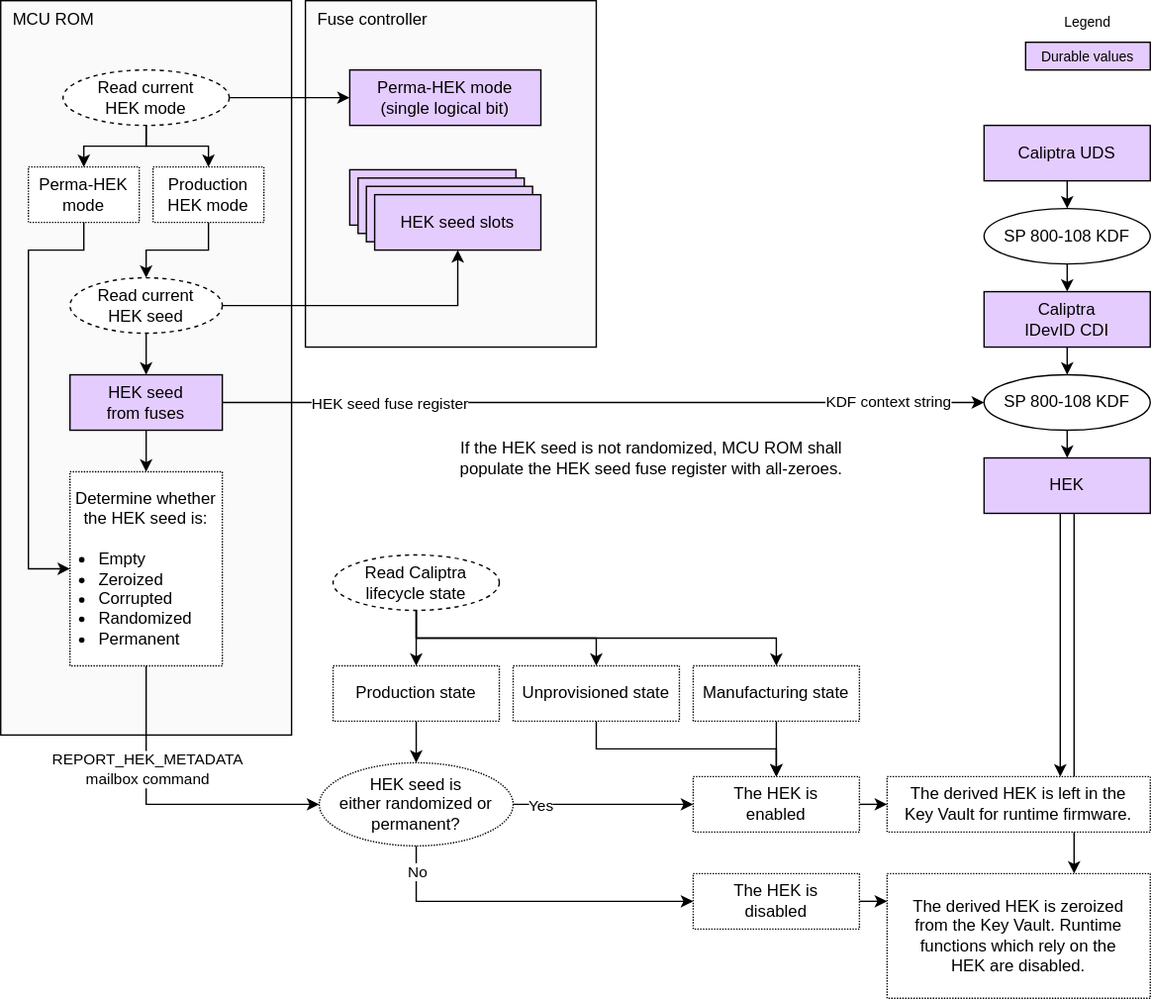
Above: doc/ocp_lock/diagrams/hek_derivation.drawio.svg in chipsalliance/Caliptra (draw.io), before the change. Source tidied: cells renumbered, new cells last; positions are measured from the earlier drawing's top-left corner, leaving out a move shared by most shapes.
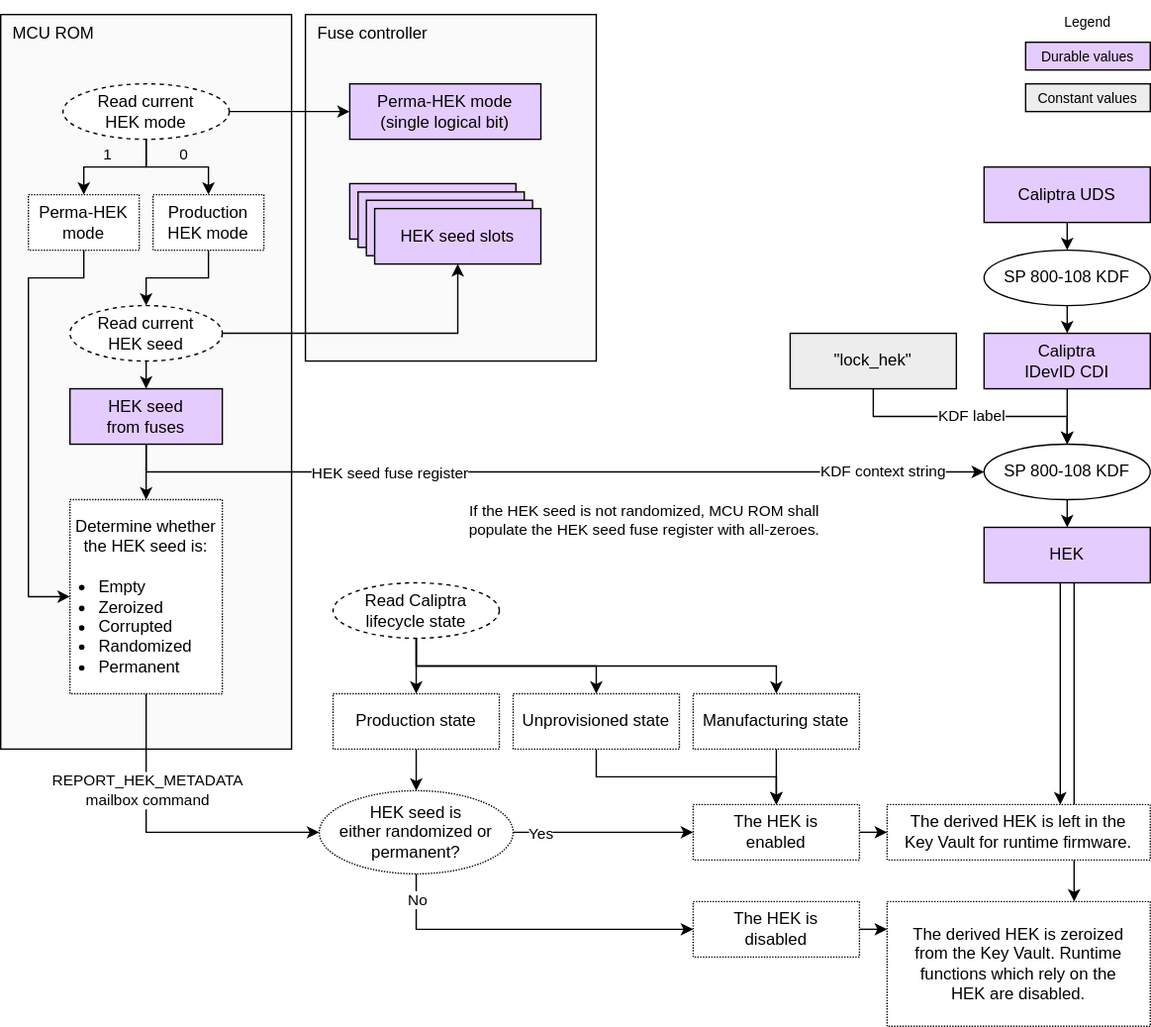
After the commit.

What changed in the source:
```diff
@@ -4,39 +4,39 @@
     <mxCell id="1" parent="0" />
     <mxCell id="2" style="edgeStyle=none;html=1;exitX=0.25;exitY=1;exitDx=0;exitDy=0;" parent="1" edge="1">
       <mxGeometry relative="1" as="geometry">
-        <mxPoint x="775" y="370" as="sourcePoint" />
-        <mxPoint x="775" y="630" as="targetPoint" />
+        <mxPoint x="775" y="410" as="sourcePoint" />
+        <mxPoint x="775" y="640" as="targetPoint" />
       </mxGeometry>
     </mxCell>
     <mxCell id="3" value="&lt;div&gt;&lt;font color=&quot;#000000&quot;&gt;Durable values&lt;/font&gt;&lt;/div&gt;" style="rounded=0;whiteSpace=wrap;html=1;align=center;verticalAlign=middle;shadow=0;glass=0;spacingLeft=0;spacingBottom=0;spacingTop=0;fillColor=#E5CCFF;fontSize=10;" parent="1" vertex="1">
-      <mxGeometry x="740" y="30" width="90" height="20" as="geometry" />
+      <mxGeometry x="740" y="20" width="90" height="20" as="geometry" />
     </mxCell>
     <mxCell id="4" value="Legend" style="text;strokeColor=none;align=center;fillColor=none;html=1;verticalAlign=middle;whiteSpace=wrap;rounded=0;fontSize=10;" parent="1" vertex="1">
-      <mxGeometry x="755" width="60" height="30" as="geometry" />
+      <mxGeometry x="755" y="-10" width="60" height="30" as="geometry" />
     </mxCell>
     <mxCell id="5" style="edgeStyle=none;html=1;exitX=0.5;exitY=1;exitDx=0;exitDy=0;entryX=0.5;entryY=0;entryDx=0;entryDy=0;" parent="1" edge="1" source="6" target="8">
       <mxGeometry relative="1" as="geometry" />
     </mxCell>
     <mxCell id="6" value="Caliptra&lt;div&gt;IDevID CDI&lt;/div&gt;" style="rounded=0;whiteSpace=wrap;html=1;align=center;verticalAlign=middle;shadow=0;glass=0;spacingLeft=0;spacingBottom=0;spacingTop=0;fillColor=#E5CCFF;" parent="1" vertex="1">
-      <mxGeometry x="710" y="210" width="120" height="40" as="geometry" />
+      <mxGeometry x="710" y="230" width="120" height="40" as="geometry" />
     </mxCell>
     <mxCell id="7" style="edgeStyle=none;html=1;exitX=0.5;exitY=1;exitDx=0;exitDy=0;entryX=0.5;entryY=0;entryDx=0;entryDy=0;" parent="1" edge="1" source="8" target="36">
       <mxGeometry relative="1" as="geometry" />
     </mxCell>
     <mxCell id="8" value="SP 800-108 KDF" style="ellipse;whiteSpace=wrap;html=1;fillColor=#FFFFFF;" parent="1" vertex="1">
-      <mxGeometry x="710" y="270" width="120" height="40" as="geometry" />
+      <mxGeometry x="710" y="310" width="120" height="40" as="geometry" />
     </mxCell>
     <mxCell id="9" style="edgeStyle=none;html=1;exitX=0.5;exitY=1;exitDx=0;exitDy=0;entryX=0.5;entryY=0;entryDx=0;entryDy=0;" parent="1" edge="1" source="10" target="12">
       <mxGeometry relative="1" as="geometry" />
     </mxCell>
     <mxCell id="10" value="Caliptra&amp;nbsp;&lt;span style=&quot;background-color: transparent;&quot;&gt;UDS&lt;/span&gt;" style="rounded=0;whiteSpace=wrap;html=1;align=center;verticalAlign=middle;shadow=0;glass=0;spacingLeft=0;spacingBottom=0;spacingTop=0;fillColor=#E5CCFF;" parent="1" vertex="1">
-      <mxGeometry x="710" y="90" width="120" height="40" as="geometry" />
+      <mxGeometry x="710" y="110" width="120" height="40" as="geometry" />
     </mxCell>
     <mxCell id="11" style="edgeStyle=none;html=1;exitX=0.5;exitY=1;exitDx=0;exitDy=0;entryX=0.5;entryY=0;entryDx=0;entryDy=0;" parent="1" edge="1" source="12" target="6">
       <mxGeometry relative="1" as="geometry" />
     </mxCell>
     <mxCell id="12" value="SP 800-108 KDF" style="ellipse;whiteSpace=wrap;html=1;fillColor=#FFFFFF;" parent="1" vertex="1">
-      <mxGeometry x="710" y="150" width="120" height="40" as="geometry" />
+      <mxGeometry x="710" y="170" width="120" height="40" as="geometry" />
     </mxCell>
     <mxCell id="13" value="MCU ROM" style="rounded=0;whiteSpace=wrap;html=1;fillColor=#FAFAFA;strokeColor=#000000;align=left;verticalAlign=top;spacingLeft=7;" parent="1" vertex="1">
       <mxGeometry width="210" height="530" as="geometry" />
@@ -63,7 +63,7 @@
       <mxGeometry relative="1" as="geometry" />
     </mxCell>
     <mxCell id="21" value="Read&amp;nbsp;&lt;span style=&quot;background-color: transparent;&quot;&gt;current&lt;/span&gt;&lt;div&gt;&lt;span style=&quot;background-color: transparent;&quot;&gt;HEK seed&lt;/span&gt;&lt;/div&gt;" style="ellipse;whiteSpace=wrap;html=1;fillColor=#FFFFFF;dashed=1;" parent="1" vertex="1">
-      <mxGeometry x="50" y="200" width="110" height="40" as="geometry" />
+      <mxGeometry x="50" y="210" width="110" height="40" as="geometry" />
     </mxCell>
     <mxCell id="22" value="&lt;div&gt;Perma-HEK mode&lt;/div&gt;&lt;div&gt;(single logical bit)&lt;/div&gt;" style="rounded=0;whiteSpace=wrap;html=1;align=center;verticalAlign=middle;shadow=0;glass=0;spacingLeft=0;spacingBottom=0;spacingTop=0;fillColor=#E5CCFF;" parent="1" vertex="1">
       <mxGeometry x="252" y="50" width="138" height="40" as="geometry" />
@@ -81,18 +81,18 @@
       <mxGeometry x="45" y="50" width="120" height="40" as="geometry" />
     </mxCell>
     <mxCell id="27" value="&lt;div&gt;Perma-HEK mode&lt;/div&gt;" style="rounded=0;whiteSpace=wrap;html=1;align=center;verticalAlign=middle;shadow=0;glass=0;spacingLeft=0;spacingBottom=0;spacingTop=0;fillColor=#FFFFFF;dashed=1;dashPattern=1 1;" parent="1" vertex="1">
-      <mxGeometry x="20" y="120" width="80" height="40" as="geometry" />
+      <mxGeometry x="20" y="130" width="80" height="40" as="geometry" />
     </mxCell>
     <mxCell id="28" style="edgeStyle=orthogonalEdgeStyle;html=1;exitX=0.5;exitY=1;exitDx=0;exitDy=0;entryX=0.5;entryY=0;entryDx=0;entryDy=0;rounded=0;" parent="1" edge="1" source="29" target="21">
       <mxGeometry relative="1" as="geometry">
         <Array as="points">
-          <mxPoint x="150" y="180" />
-          <mxPoint x="105" y="180" />
+          <mxPoint x="150" y="190" />
+          <mxPoint x="105" y="190" />
         </Array>
       </mxGeometry>
     </mxCell>
     <mxCell id="29" value="&lt;div&gt;Production HEK mode&lt;/div&gt;" style="rounded=0;whiteSpace=wrap;html=1;align=center;verticalAlign=middle;shadow=0;glass=0;spacingLeft=0;spacingBottom=0;spacingTop=0;fillColor=#FFFFFF;dashed=1;dashPattern=1 1;" parent="1" vertex="1">
-      <mxGeometry x="110" y="120" width="80" height="40" as="geometry" />
+      <mxGeometry x="110" y="130" width="80" height="40" as="geometry" />
     </mxCell>
     <mxCell id="30" style="edgeStyle=none;html=1;exitX=0.5;exitY=1;exitDx=0;exitDy=0;entryX=0.5;entryY=0;entryDx=0;entryDy=0;" parent="1" edge="1" source="31" target="34">
       <mxGeometry relative="1" as="geometry" />
@@ -105,27 +105,27 @@
     </mxCell>
     <mxCell id="33" value="REPORT_HEK_METADATA&lt;div&gt;mailbox command&lt;/div&gt;" style="edgeLabel;html=1;align=center;verticalAlign=middle;labelBackgroundColor=default;" parent="32" vertex="1">
       <mxGeometry x="-0.16" y="1" relative="1" as="geometry">
-        <mxPoint x="-1" y="-20" as="offset" />
+        <mxPoint x="-1" y="-25" as="offset" />
       </mxGeometry>
     </mxCell>
     <mxCell id="34" value="&lt;div&gt;Determine whether the HEK seed is:&lt;/div&gt;&lt;div&gt;&lt;br&gt;&lt;/div&gt;&lt;div&gt;&lt;ul style=&quot;padding-left: 20px; margin-top: 0px; margin-bottom: 0px;&quot;&gt;&lt;li style=&quot;text-align: left;&quot;&gt;Empty&lt;/li&gt;&lt;li style=&quot;text-align: left;&quot;&gt;Zeroized&lt;/li&gt;&lt;li style=&quot;text-align: left;&quot;&gt;Corrupted&lt;/li&gt;&lt;li style=&quot;text-align: left;&quot;&gt;Randomized&lt;/li&gt;&lt;li style=&quot;text-align: left;&quot;&gt;Permanent&lt;/li&gt;&lt;/ul&gt;&lt;/div&gt;" style="rounded=0;whiteSpace=wrap;html=1;align=center;verticalAlign=middle;shadow=0;glass=0;spacingLeft=0;spacingBottom=0;spacingTop=0;fillColor=#FFFFFF;dashed=1;dashPattern=1 1;" parent="1" vertex="1">
-      <mxGeometry x="50" y="340" width="110" height="140" as="geometry" />
+      <mxGeometry x="50" y="350" width="110" height="140" as="geometry" />
     </mxCell>
     <mxCell id="35" style="edgeStyle=none;html=1;exitX=0.25;exitY=1;exitDx=0;exitDy=0;" parent="1" edge="1">
       <mxGeometry relative="1" as="geometry">
-        <mxPoint x="765" y="370" as="sourcePoint" />
-        <mxPoint x="765" y="560" as="targetPoint" />
+        <mxPoint x="765" y="410" as="sourcePoint" />
+        <mxPoint x="765" y="570" as="targetPoint" />
       </mxGeometry>
     </mxCell>
     <mxCell id="36" value="&lt;div&gt;&lt;span style=&quot;background-color: transparent;&quot;&gt;HEK&lt;/span&gt;&lt;/div&gt;" style="rounded=0;whiteSpace=wrap;html=1;align=center;verticalAlign=middle;shadow=0;glass=0;spacingLeft=0;spacingBottom=0;spacingTop=0;fillColor=#E5CCFF;" parent="1" vertex="1">
-      <mxGeometry x="710" y="330" width="120" height="40" as="geometry" />
+      <mxGeometry x="710" y="370" width="120" height="40" as="geometry" />
     </mxCell>
     <mxCell id="37" style="edgeStyle=orthogonalEdgeStyle;html=1;exitX=0.5;exitY=1;exitDx=0;exitDy=0;entryX=0;entryY=0.5;entryDx=0;entryDy=0;rounded=0;jumpStyle=gap;" parent="1" edge="1" source="27" target="34">
       <mxGeometry relative="1" as="geometry">
         <Array as="points">
-          <mxPoint x="60" y="180" />
-          <mxPoint x="20" y="180" />
-          <mxPoint x="20" y="410" />
+          <mxPoint x="60" y="190" />
+          <mxPoint x="20" y="190" />
+          <mxPoint x="20" y="420" />
         </Array>
       </mxGeometry>
     </mxCell>
@@ -133,7 +133,7 @@
       <mxGeometry relative="1" as="geometry" />
     </mxCell>
     <mxCell id="39" value="&lt;div&gt;The HEK is&lt;/div&gt;&lt;div&gt;enabled&lt;/div&gt;" style="rounded=0;whiteSpace=wrap;html=1;align=center;verticalAlign=middle;shadow=0;glass=0;spacingLeft=0;spacingBottom=0;spacingTop=0;fillColor=#FFFFFF;dashed=1;dashPattern=1 1;" parent="1" vertex="1">
-      <mxGeometry x="500" y="560" width="120" height="40" as="geometry" />
+      <mxGeometry x="500" y="570" width="120" height="40" as="geometry" />
     </mxCell>
     <mxCell id="40" style="edgeStyle=orthogonalEdgeStyle;html=1;exitX=0.5;exitY=1;exitDx=0;exitDy=0;entryX=0.5;entryY=0;entryDx=0;entryDy=0;rounded=0;" parent="1" edge="1" source="43" target="49">
       <mxGeometry relative="1" as="geometry" />
@@ -145,25 +145,25 @@
       <mxGeometry relative="1" as="geometry" />
     </mxCell>
     <mxCell id="43" value="Read&amp;nbsp;&lt;span style=&quot;background-color: transparent;&quot;&gt;Caliptra&lt;/span&gt;&lt;div&gt;&lt;span style=&quot;background-color: transparent;&quot;&gt;lifecycle state&lt;/span&gt;&lt;/div&gt;" style="ellipse;whiteSpace=wrap;html=1;fillColor=#FFFFFF;dashed=1;" parent="1" vertex="1">
-      <mxGeometry x="240" y="400" width="120" height="40" as="geometry" />
+      <mxGeometry x="240" y="410" width="120" height="40" as="geometry" />
     </mxCell>
     <mxCell id="44" style="edgeStyle=orthogonalEdgeStyle;html=1;exitX=0.5;exitY=1;exitDx=0;exitDy=0;entryX=0.5;entryY=0;entryDx=0;entryDy=0;rounded=0;" parent="1" edge="1" source="45" target="39">
       <mxGeometry relative="1" as="geometry" />
     </mxCell>
     <mxCell id="45" value="&lt;div&gt;Unprovisioned state&lt;/div&gt;" style="rounded=0;whiteSpace=wrap;html=1;align=center;verticalAlign=middle;shadow=0;glass=0;spacingLeft=0;spacingBottom=0;spacingTop=0;fillColor=#FFFFFF;dashed=1;dashPattern=1 1;" parent="1" vertex="1">
-      <mxGeometry x="370" y="480" width="120" height="40" as="geometry" />
+      <mxGeometry x="370" y="490" width="120" height="40" as="geometry" />
     </mxCell>
     <mxCell id="46" style="edgeStyle=none;html=1;exitX=0.5;exitY=1;exitDx=0;exitDy=0;entryX=0.5;entryY=0;entryDx=0;entryDy=0;" parent="1" edge="1" source="47" target="39">
       <mxGeometry relative="1" as="geometry" />
     </mxCell>
     <mxCell id="47" value="&lt;div&gt;Manufacturing state&lt;/div&gt;" style="rounded=0;whiteSpace=wrap;html=1;align=center;verticalAlign=middle;shadow=0;glass=0;spacingLeft=0;spacingBottom=0;spacingTop=0;fillColor=#FFFFFF;dashed=1;dashPattern=1 1;" parent="1" vertex="1">
-      <mxGeometry x="500" y="480" width="120" height="40" as="geometry" />
+      <mxGeometry x="500" y="490" width="120" height="40" as="geometry" />
     </mxCell>
     <mxCell id="48" style="edgeStyle=none;html=1;exitX=0.5;exitY=1;exitDx=0;exitDy=0;entryX=0.5;entryY=0;entryDx=0;entryDy=0;" parent="1" edge="1" source="49" target="54">
       <mxGeometry relative="1" as="geometry" />
     </mxCell>
     <mxCell id="49" value="&lt;div&gt;Production&amp;nbsp;&lt;span style=&quot;background-color: transparent;&quot;&gt;state&lt;/span&gt;&lt;/div&gt;" style="rounded=0;whiteSpace=wrap;html=1;align=center;verticalAlign=middle;shadow=0;glass=0;spacingLeft=0;spacingBottom=0;spacingTop=0;fillColor=#FFFFFF;dashed=1;dashPattern=1 1;" parent="1" vertex="1">
-      <mxGeometry x="240" y="480" width="120" height="40" as="geometry" />
+      <mxGeometry x="240" y="490" width="120" height="40" as="geometry" />
     </mxCell>
     <mxCell id="50" style="edgeStyle=none;html=1;exitX=1;exitY=0.5;exitDx=0;exitDy=0;entryX=0;entryY=0.5;entryDx=0;entryDy=0;" parent="1" edge="1" source="54" target="39">
       <mxGeometry relative="1" as="geometry" />
@@ -182,19 +182,18 @@
       </mxGeometry>
     </mxCell>
     <mxCell id="54" value="HEK&amp;nbsp;&lt;span style=&quot;background-color: transparent;&quot;&gt;seed is&lt;/span&gt;&lt;div&gt;&lt;span style=&quot;background-color: transparent;&quot;&gt;either randomized&amp;nbsp;&lt;/span&gt;&lt;span style=&quot;background-color: transparent;&quot;&gt;or permanent?&lt;/span&gt;&lt;/div&gt;" style="ellipse;whiteSpace=wrap;html=1;fillColor=#FFFFFF;dashed=1;dashPattern=1 1;" parent="1" vertex="1">
-      <mxGeometry x="230" y="550" width="140" height="60" as="geometry" />
+      <mxGeometry x="230" y="560" width="140" height="60" as="geometry" />
     </mxCell>
-    <mxCell id="55" style="edgeStyle=orthogonalEdgeStyle;html=1;exitX=1;exitY=0.5;exitDx=0;exitDy=0;entryX=0;entryY=0.5;entryDx=0;entryDy=0;rounded=0;jumpStyle=gap;" parent="1" edge="1" source="31" target="8">
+    <mxCell id="55" style="edgeStyle=orthogonalEdgeStyle;html=1;exitX=0.5;exitY=1;exitDx=0;exitDy=0;entryX=0;entryY=0.5;entryDx=0;entryDy=0;rounded=0;jumpStyle=gap;" parent="1" edge="1" source="31" target="8">
       <mxGeometry relative="1" as="geometry">
         <Array as="points">
-          <mxPoint x="450" y="290" />
-          <mxPoint x="450" y="290" />
+          <mxPoint x="105" y="330" />
         </Array>
       </mxGeometry>
     </mxCell>
     <mxCell id="56" value="HEK seed&amp;nbsp;&lt;span style=&quot;background-color: light-dark(#ffffff, var(--ge-dark-color, #121212));&quot;&gt;fuse register&lt;/span&gt;" style="edgeLabel;html=1;align=center;verticalAlign=middle;" parent="55" vertex="1">
       <mxGeometry x="0.6" y="-3" relative="1" as="geometry">
-        <mxPoint x="-320" y="-3" as="offset" />
+        <mxPoint x="-306" y="-3" as="offset" />
       </mxGeometry>
     </mxCell>
     <mxCell id="57" value="KDF context string" style="edgeLabel;html=1;align=center;verticalAlign=middle;" parent="55" vertex="1">
@@ -202,22 +201,42 @@
         <mxPoint x="-39" y="-2" as="offset" />
       </mxGeometry>
     </mxCell>
-    <mxCell id="58" value="&lt;div&gt;If the HEK seed is not randomized, MCU ROM shall populate the HEK seed fuse register with all-zeroes.&lt;/div&gt;" style="rounded=0;whiteSpace=wrap;html=1;align=center;verticalAlign=middle;shadow=0;glass=0;spacingLeft=0;spacingBottom=0;spacingTop=0;fillColor=none;dashed=1;dashPattern=1 1;strokeColor=none;" parent="1" vertex="1">
-      <mxGeometry x="320" y="300" width="300" height="60" as="geometry" />
+    <mxCell id="58" value="&lt;div&gt;If the HEK seed is not randomized, MCU ROM shall populate the HEK seed fuse register with all-zeroes.&lt;/div&gt;" style="rounded=0;whiteSpace=wrap;html=1;align=center;verticalAlign=middle;shadow=0;glass=0;spacingLeft=0;spacingBottom=0;spacingTop=0;fillColor=none;dashed=1;dashPattern=1 1;strokeColor=none;fontSize=11;" parent="1" vertex="1">
+      <mxGeometry x="330" y="340" width="270" height="50" as="geometry" />
     </mxCell>
     <mxCell id="59" style="edgeStyle=none;html=1;exitX=1;exitY=0.5;exitDx=0;exitDy=0;" parent="1" edge="1" source="60">
       <mxGeometry relative="1" as="geometry">
-        <mxPoint x="640" y="650" as="targetPoint" />
+        <mxPoint x="640" y="660" as="targetPoint" />
       </mxGeometry>
     </mxCell>
     <mxCell id="60" value="&lt;div&gt;The HEK is&lt;/div&gt;&lt;div&gt;disabled&lt;/div&gt;" style="rounded=0;whiteSpace=wrap;html=1;align=center;verticalAlign=middle;shadow=0;glass=0;spacingLeft=0;spacingBottom=0;spacingTop=0;fillColor=#FFFFFF;dashed=1;dashPattern=1 1;" parent="1" vertex="1">
-      <mxGeometry x="500" y="630" width="120" height="40" as="geometry" />
+      <mxGeometry x="500" y="640" width="120" height="40" as="geometry" />
     </mxCell>
     <mxCell id="61" value="&lt;div&gt;&lt;span style=&quot;background-color: transparent;&quot;&gt;The derived HEK is left in the&lt;/span&gt;&lt;/div&gt;&lt;div&gt;&lt;span style=&quot;background-color: transparent;&quot;&gt;Key Vault for runtime firmware.&lt;/span&gt;&lt;/div&gt;" style="rounded=0;whiteSpace=wrap;html=1;align=center;verticalAlign=middle;shadow=0;glass=0;spacingLeft=0;spacingBottom=0;spacingTop=0;fillColor=#FFFFFF;dashed=1;dashPattern=1 1;" parent="1" vertex="1">
-      <mxGeometry x="640" y="560" width="190" height="40" as="geometry" />
+      <mxGeometry x="640" y="570" width="190" height="40" as="geometry" />
     </mxCell>
     <mxCell id="62" value="&lt;div&gt;&lt;span style=&quot;background-color: transparent;&quot;&gt;The derived HEK is zeroized&lt;/span&gt;&lt;/div&gt;&lt;div&gt;&lt;span style=&quot;background-color: transparent;&quot;&gt;from the Key Vault. Runtime functions which rely on the&lt;/span&gt;&lt;/div&gt;&lt;div&gt;&lt;span style=&quot;background-color: transparent;&quot;&gt;HEK are disabled.&lt;/span&gt;&lt;/div&gt;" style="rounded=0;whiteSpace=wrap;html=1;align=center;verticalAlign=middle;shadow=0;glass=0;spacingLeft=0;spacingBottom=0;spacingTop=0;fillColor=#FFFFFF;dashed=1;dashPattern=1 1;" parent="1" vertex="1">
-      <mxGeometry x="640" y="630" width="190" height="90" as="geometry" />
+      <mxGeometry x="640" y="640" width="190" height="90" as="geometry" />
     </mxCell>
+    <mxCell id="63" value="&lt;div&gt;0&lt;/div&gt;" style="rounded=0;whiteSpace=wrap;html=1;align=center;verticalAlign=middle;shadow=0;glass=0;spacingLeft=0;spacingBottom=0;spacingTop=0;fillColor=none;dashed=1;dashPattern=1 1;strokeColor=none;fontSize=11;" parent="1" vertex="1">
+      <mxGeometry x="105" y="96" width="55" height="10" as="geometry" />
+    </mxCell>
+    <mxCell id="64" value="&lt;div&gt;1&lt;/div&gt;" style="rounded=0;whiteSpace=wrap;html=1;align=center;verticalAlign=middle;shadow=0;glass=0;spacingLeft=0;spacingBottom=0;spacingTop=0;fillColor=none;dashed=1;dashPattern=1 1;strokeColor=none;fontSize=11;" parent="1" vertex="1">
+      <mxGeometry x="50" y="96" width="55" height="10" as="geometry" />
+    </mxCell>
+    <mxCell id="65" style="edgeStyle=orthogonalEdgeStyle;html=1;exitX=0.5;exitY=1;exitDx=0;exitDy=0;entryX=0.5;entryY=0;entryDx=0;entryDy=0;rounded=0;" parent="1" edge="1" source="67" target="8">
+      <mxGeometry relative="1" as="geometry" />
+    </mxCell>
+    <mxCell id="66" value="KDF label" style="edgeLabel;html=1;align=center;verticalAlign=middle;" parent="65" vertex="1">
+      <mxGeometry x="-0.09" relative="1" as="geometry">
+        <mxPoint x="8" y="-1" as="offset" />
+      </mxGeometry>
+    </mxCell>
+    <mxCell id="67" value="&lt;div&gt;&lt;font color=&quot;#000000&quot;&gt;&quot;lock_hek&quot;&lt;/font&gt;&lt;/div&gt;" style="rounded=0;whiteSpace=wrap;html=1;align=center;verticalAlign=middle;shadow=0;glass=0;spacingLeft=0;spacingBottom=0;spacingTop=0;fillColor=#EDEDED;" parent="1" vertex="1">
+      <mxGeometry x="570" y="230" width="120" height="40" as="geometry" />
+    </mxCell>
+    <mxCell id="68" value="&lt;div&gt;&lt;font color=&quot;#000000&quot;&gt;Constant values&lt;/font&gt;&lt;/div&gt;" style="rounded=0;whiteSpace=wrap;html=1;align=center;verticalAlign=middle;shadow=0;glass=0;spacingLeft=0;spacingBottom=0;spacingTop=0;fillColor=#EDEDED;fontSize=10;" parent="1" vertex="1">
+      <mxGeometry x="740" y="50" width="90" height="20" as="geometry" />
+    </mxCell>
   </root>
 </mxGraphModel>
```
